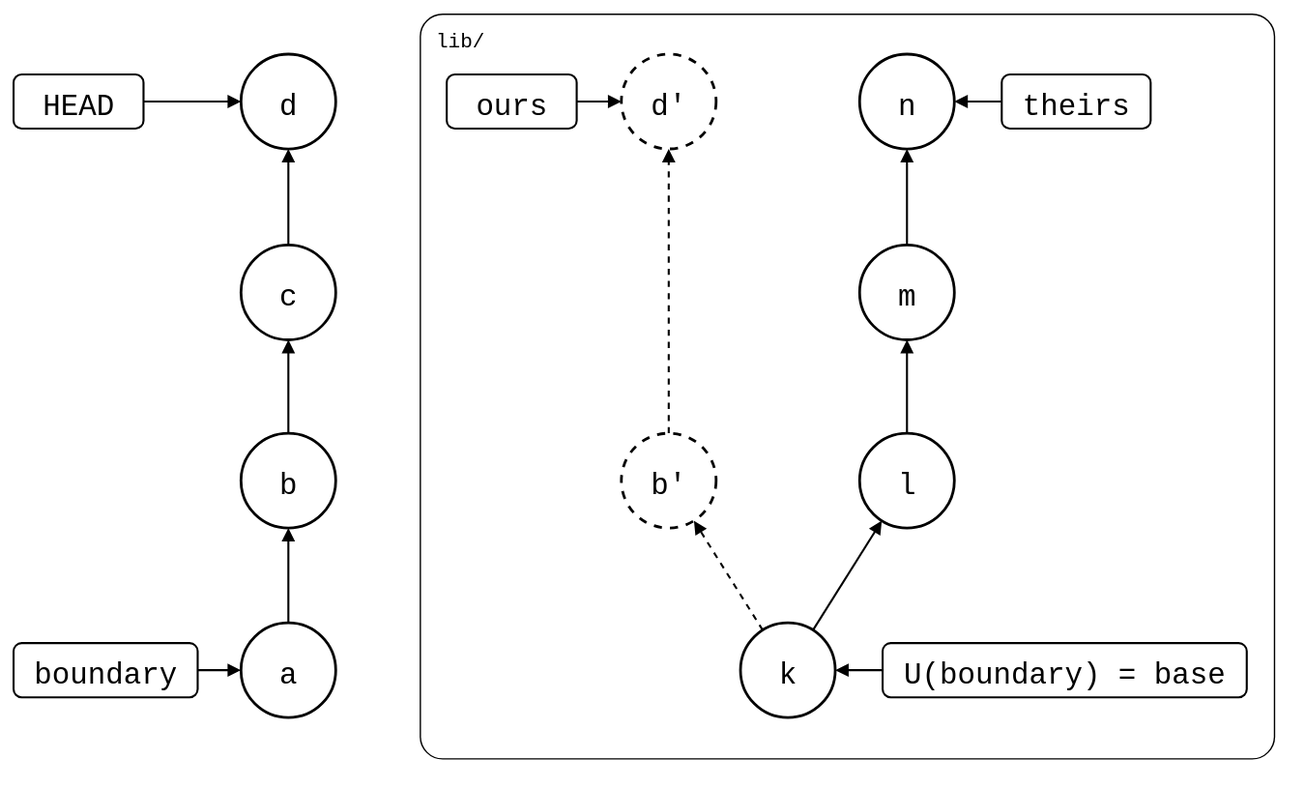
Above: test/scenarios/01-everyday-sync/01-sync-model/before-pull-git-names.drawio.svg in roschaefer/git-splice (draw.io), before the change. Source tidied: cells renumbered, new cells last; positions are measured from the earlier drawing's top-left corner, leaving out a move shared by most shapes. The source it was exported from:
```xml
<mxGraphModel background="#ffffff">
  <root>
    <mxCell id="0" />
    <mxCell id="1" parent="0" />
    <mxCell id="2" value="lib/" style="rounded=1;arcSize=3;fillColor=none;strokeWidth=1;fontSize=15;verticalAlign=top;align=left;spacingLeft=10;spacingTop=4;fontFamily=Roboto Mono,monospace;" parent="1" vertex="1">
      <mxGeometry x="300" width="631" height="550" as="geometry" />
    </mxCell>
    <mxCell id="3" value="a" style="ellipse;strokeWidth=2;fontSize=22;fontFamily=Roboto Mono,monospace;" parent="1" vertex="1">
      <mxGeometry x="168" y="450" width="70" height="70" as="geometry" />
    </mxCell>
    <mxCell id="4" value="b" style="ellipse;strokeWidth=2;fontSize=22;fontFamily=Roboto Mono,monospace;" parent="1" vertex="1">
      <mxGeometry x="168" y="310" width="70" height="70" as="geometry" />
    </mxCell>
    <mxCell id="5" value="c" style="ellipse;strokeWidth=2;fontSize=22;fontFamily=Roboto Mono,monospace;" parent="1" vertex="1">
      <mxGeometry x="168" y="171" width="70" height="70" as="geometry" />
    </mxCell>
    <mxCell id="6" value="d" style="ellipse;strokeWidth=2;fontSize=22;fontFamily=Roboto Mono,monospace;" parent="1" vertex="1">
      <mxGeometry x="168" y="30" width="70" height="70" as="geometry" />
    </mxCell>
    <mxCell id="7" value="k" style="ellipse;strokeWidth=2;fontSize=22;fontFamily=Roboto Mono,monospace;" parent="1" vertex="1">
      <mxGeometry x="537" y="450" width="70" height="70" as="geometry" />
    </mxCell>
    <mxCell id="8" value="l" style="ellipse;strokeWidth=2;fontSize=22;fontFamily=Roboto Mono,monospace;" parent="1" vertex="1">
      <mxGeometry x="625" y="310" width="70" height="70" as="geometry" />
    </mxCell>
    <mxCell id="9" value="m" style="ellipse;strokeWidth=2;fontSize=22;fontFamily=Roboto Mono,monospace;" parent="1" vertex="1">
      <mxGeometry x="625" y="171" width="70" height="70" as="geometry" />
    </mxCell>
    <mxCell id="10" value="n" style="ellipse;strokeWidth=2;fontSize=22;fontFamily=Roboto Mono,monospace;" parent="1" vertex="1">
      <mxGeometry x="625" y="30" width="70" height="70" as="geometry" />
    </mxCell>
    <mxCell id="11" value="b'" style="ellipse;strokeWidth=2;fontSize=22;fontFamily=Roboto Mono,monospace;dashed=1;" parent="1" vertex="1">
      <mxGeometry x="449" y="310" width="70" height="70" as="geometry" />
    </mxCell>
    <mxCell id="12" value="d'" style="ellipse;strokeWidth=2;fontSize=22;fontFamily=Roboto Mono,monospace;dashed=1;" parent="1" vertex="1">
      <mxGeometry x="449" y="30" width="70" height="70" as="geometry" />
    </mxCell>
    <mxCell id="13" value="HEAD" style="rounded=1;strokeWidth=1.5;fontSize=22;fontFamily=Roboto Mono,monospace;" parent="1" vertex="1">
      <mxGeometry y="45" width="96" height="40" as="geometry" />
    </mxCell>
    <mxCell id="14" value="boundary" style="rounded=1;strokeWidth=1.5;fontSize=22;fontFamily=Roboto Mono,monospace;" parent="1" vertex="1">
      <mxGeometry y="465" width="136" height="40" as="geometry" />
    </mxCell>
    <mxCell id="15" value="U(boundary) = base" style="rounded=1;strokeWidth=1.5;fontSize=22;fontFamily=Roboto Mono,monospace;" parent="1" vertex="1">
      <mxGeometry x="642" y="465" width="269" height="40" as="geometry" />
    </mxCell>
    <mxCell id="16" value="theirs" style="rounded=1;strokeWidth=1.5;fontSize=22;fontFamily=Roboto Mono,monospace;" parent="1" vertex="1">
      <mxGeometry x="730" y="45" width="110" height="40" as="geometry" />
    </mxCell>
    <mxCell id="17" value="ours" style="rounded=1;strokeWidth=1.5;fontSize=22;fontFamily=Roboto Mono,monospace;" parent="1" vertex="1">
      <mxGeometry x="320" y="45" width="96" height="40" as="geometry" />
    </mxCell>
    <mxCell id="18" style="endArrow=block;endFill=1;html=1;strokeWidth=1.5;rounded=0;" parent="1" edge="1" source="13" target="6">
      <mxGeometry relative="1" as="geometry" />
    </mxCell>
    <mxCell id="19" style="endArrow=block;endFill=1;html=1;strokeWidth=1.5;rounded=0;" parent="1" edge="1" source="5" target="6">
      <mxGeometry relative="1" as="geometry" />
    </mxCell>
    <mxCell id="20" style="endArrow=block;endFill=1;html=1;strokeWidth=1.5;rounded=0;" parent="1" edge="1" source="4" target="5">
      <mxGeometry relative="1" as="geometry" />
    </mxCell>
    <mxCell id="21" style="endArrow=block;endFill=1;html=1;strokeWidth=1.5;rounded=0;" parent="1" edge="1" source="3" target="4">
      <mxGeometry relative="1" as="geometry" />
    </mxCell>
    <mxCell id="22" style="endArrow=block;endFill=1;html=1;strokeWidth=1.5;rounded=0;" parent="1" edge="1" source="14" target="3">
      <mxGeometry relative="1" as="geometry" />
    </mxCell>
    <mxCell id="23" style="endArrow=block;endFill=1;html=1;strokeWidth=1.5;rounded=0;" parent="1" edge="1" source="15" target="7">
      <mxGeometry relative="1" as="geometry" />
    </mxCell>
    <mxCell id="24" style="endArrow=block;endFill=1;html=1;strokeWidth=1.5;rounded=0;" parent="1" edge="1" source="16" target="10">
      <mxGeometry relative="1" as="geometry" />
    </mxCell>
    <mxCell id="25" style="endArrow=block;endFill=1;html=1;strokeWidth=1.5;rounded=0;" parent="1" edge="1" source="7" target="8">
      <mxGeometry relative="1" as="geometry" />
    </mxCell>
    <mxCell id="26" style="endArrow=block;endFill=1;html=1;strokeWidth=1.5;rounded=0;" parent="1" edge="1" source="8" target="9">
      <mxGeometry relative="1" as="geometry" />
    </mxCell>
    <mxCell id="27" style="endArrow=block;endFill=1;html=1;strokeWidth=1.5;rounded=0;" parent="1" edge="1" source="9" target="10">
      <mxGeometry relative="1" as="geometry" />
    </mxCell>
    <mxCell id="28" style="endArrow=block;endFill=1;html=1;strokeWidth=1.5;rounded=0;dashed=1;" parent="1" edge="1" source="7" target="11">
      <mxGeometry relative="1" as="geometry" />
    </mxCell>
    <mxCell id="29" style="endArrow=block;endFill=1;html=1;strokeWidth=1.5;rounded=0;dashed=1;" parent="1" edge="1" source="11" target="12">
      <mxGeometry relative="1" as="geometry" />
    </mxCell>
    <mxCell id="30" style="endArrow=block;endFill=1;html=1;strokeWidth=1.5;rounded=0;" parent="1" edge="1" source="17" target="12">
      <mxGeometry relative="1" as="geometry" />
    </mxCell>
  </root>
</mxGraphModel>
```
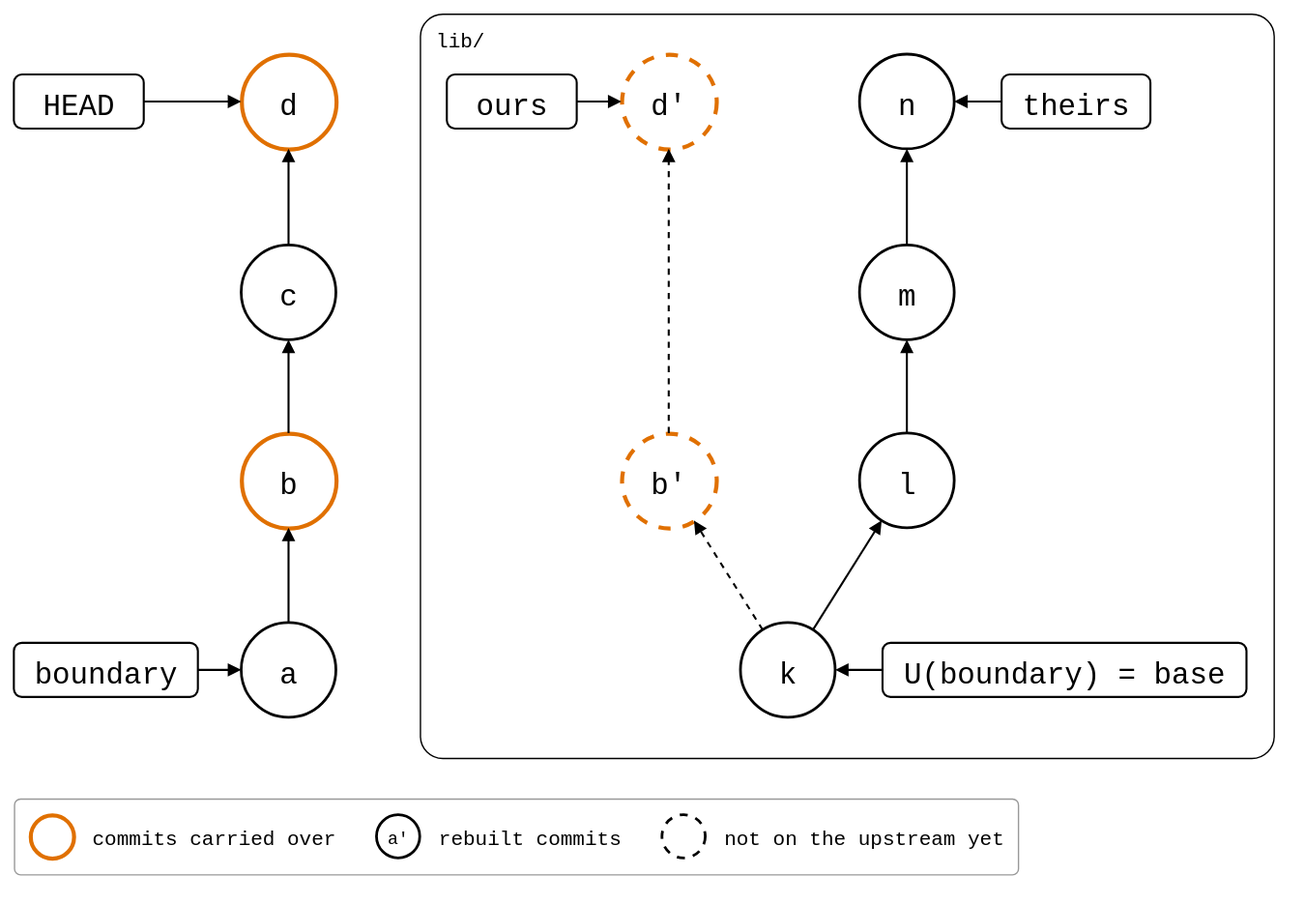
After the commit.

The edit, as a diff of the source:
```diff
@@ -8,13 +8,13 @@
     <mxCell id="3" value="a" style="ellipse;strokeWidth=2;fontSize=22;fontFamily=Roboto Mono,monospace;" parent="1" vertex="1">
       <mxGeometry x="168" y="450" width="70" height="70" as="geometry" />
     </mxCell>
-    <mxCell id="4" value="b" style="ellipse;strokeWidth=2;fontSize=22;fontFamily=Roboto Mono,monospace;" parent="1" vertex="1">
+    <mxCell id="4" value="b" style="ellipse;fontSize=22;fontFamily=Roboto Mono,monospace;strokeColor=#E07000;strokeWidth=3;" parent="1" vertex="1">
       <mxGeometry x="168" y="310" width="70" height="70" as="geometry" />
     </mxCell>
     <mxCell id="5" value="c" style="ellipse;strokeWidth=2;fontSize=22;fontFamily=Roboto Mono,monospace;" parent="1" vertex="1">
       <mxGeometry x="168" y="171" width="70" height="70" as="geometry" />
     </mxCell>
-    <mxCell id="6" value="d" style="ellipse;strokeWidth=2;fontSize=22;fontFamily=Roboto Mono,monospace;" parent="1" vertex="1">
+    <mxCell id="6" value="d" style="ellipse;fontSize=22;fontFamily=Roboto Mono,monospace;strokeColor=#E07000;strokeWidth=3;" parent="1" vertex="1">
       <mxGeometry x="168" y="30" width="70" height="70" as="geometry" />
     </mxCell>
     <mxCell id="7" value="k" style="ellipse;strokeWidth=2;fontSize=22;fontFamily=Roboto Mono,monospace;" parent="1" vertex="1">
@@ -29,10 +29,10 @@
     <mxCell id="10" value="n" style="ellipse;strokeWidth=2;fontSize=22;fontFamily=Roboto Mono,monospace;" parent="1" vertex="1">
       <mxGeometry x="625" y="30" width="70" height="70" as="geometry" />
     </mxCell>
-    <mxCell id="11" value="b'" style="ellipse;strokeWidth=2;fontSize=22;fontFamily=Roboto Mono,monospace;dashed=1;" parent="1" vertex="1">
+    <mxCell id="11" value="b'" style="ellipse;fontSize=22;fontFamily=Roboto Mono,monospace;dashed=1;strokeColor=#E07000;strokeWidth=3;" parent="1" vertex="1">
       <mxGeometry x="449" y="310" width="70" height="70" as="geometry" />
     </mxCell>
-    <mxCell id="12" value="d'" style="ellipse;strokeWidth=2;fontSize=22;fontFamily=Roboto Mono,monospace;dashed=1;" parent="1" vertex="1">
+    <mxCell id="12" value="d'" style="ellipse;fontSize=22;fontFamily=Roboto Mono,monospace;dashed=1;strokeColor=#E07000;strokeWidth=3;" parent="1" vertex="1">
       <mxGeometry x="449" y="30" width="70" height="70" as="geometry" />
     </mxCell>
     <mxCell id="13" value="HEAD" style="rounded=1;strokeWidth=1.5;fontSize=22;fontFamily=Roboto Mono,monospace;" parent="1" vertex="1">
@@ -89,5 +89,26 @@
     <mxCell id="30" style="endArrow=block;endFill=1;html=1;strokeWidth=1.5;rounded=0;" parent="1" edge="1" source="17" target="12">
       <mxGeometry relative="1" as="geometry" />
     </mxCell>
+    <mxCell id="31" style="rounded=1;arcSize=8;fillColor=none;strokeColor=#999999;strokeWidth=1;legend=1;" parent="1" vertex="1">
+      <mxGeometry y="580" width="742" height="56" as="geometry" />
+    </mxCell>
+    <mxCell id="32" style="ellipse;fontSize=13;fontFamily=Roboto Mono,monospace;strokeColor=#E07000;strokeWidth=3;" parent="31" vertex="1">
+      <mxGeometry x="12" y="12" width="32" height="32" as="geometry" />
+    </mxCell>
+    <mxCell id="33" value="commits carried over" style="text;align=left;verticalAlign=middle;fontSize=15;fontFamily=Roboto Mono,monospace;" parent="31" vertex="1">
+      <mxGeometry x="56" y="12" width="180" height="32" as="geometry" />
+    </mxCell>
+    <mxCell id="34" value="a'" style="ellipse;fontSize=13;fontFamily=Roboto Mono,monospace;strokeWidth=2;" parent="31" vertex="1">
+      <mxGeometry x="268" y="12" width="32" height="32" as="geometry" />
+    </mxCell>
+    <mxCell id="35" value="rebuilt commits" style="text;align=left;verticalAlign=middle;fontSize=15;fontFamily=Roboto Mono,monospace;" parent="31" vertex="1">
+      <mxGeometry x="312" y="12" width="135" height="32" as="geometry" />
+    </mxCell>
+    <mxCell id="36" style="ellipse;fontSize=13;fontFamily=Roboto Mono,monospace;strokeWidth=2;dashed=1;" parent="31" vertex="1">
+      <mxGeometry x="479" y="12" width="32" height="32" as="geometry" />
+    </mxCell>
+    <mxCell id="37" value="not on the upstream yet" style="text;align=left;verticalAlign=middle;fontSize=15;fontFamily=Roboto Mono,monospace;" parent="31" vertex="1">
+      <mxGeometry x="523" y="12" width="207" height="32" as="geometry" />
+    </mxCell>
   </root>
 </mxGraphModel>
```
